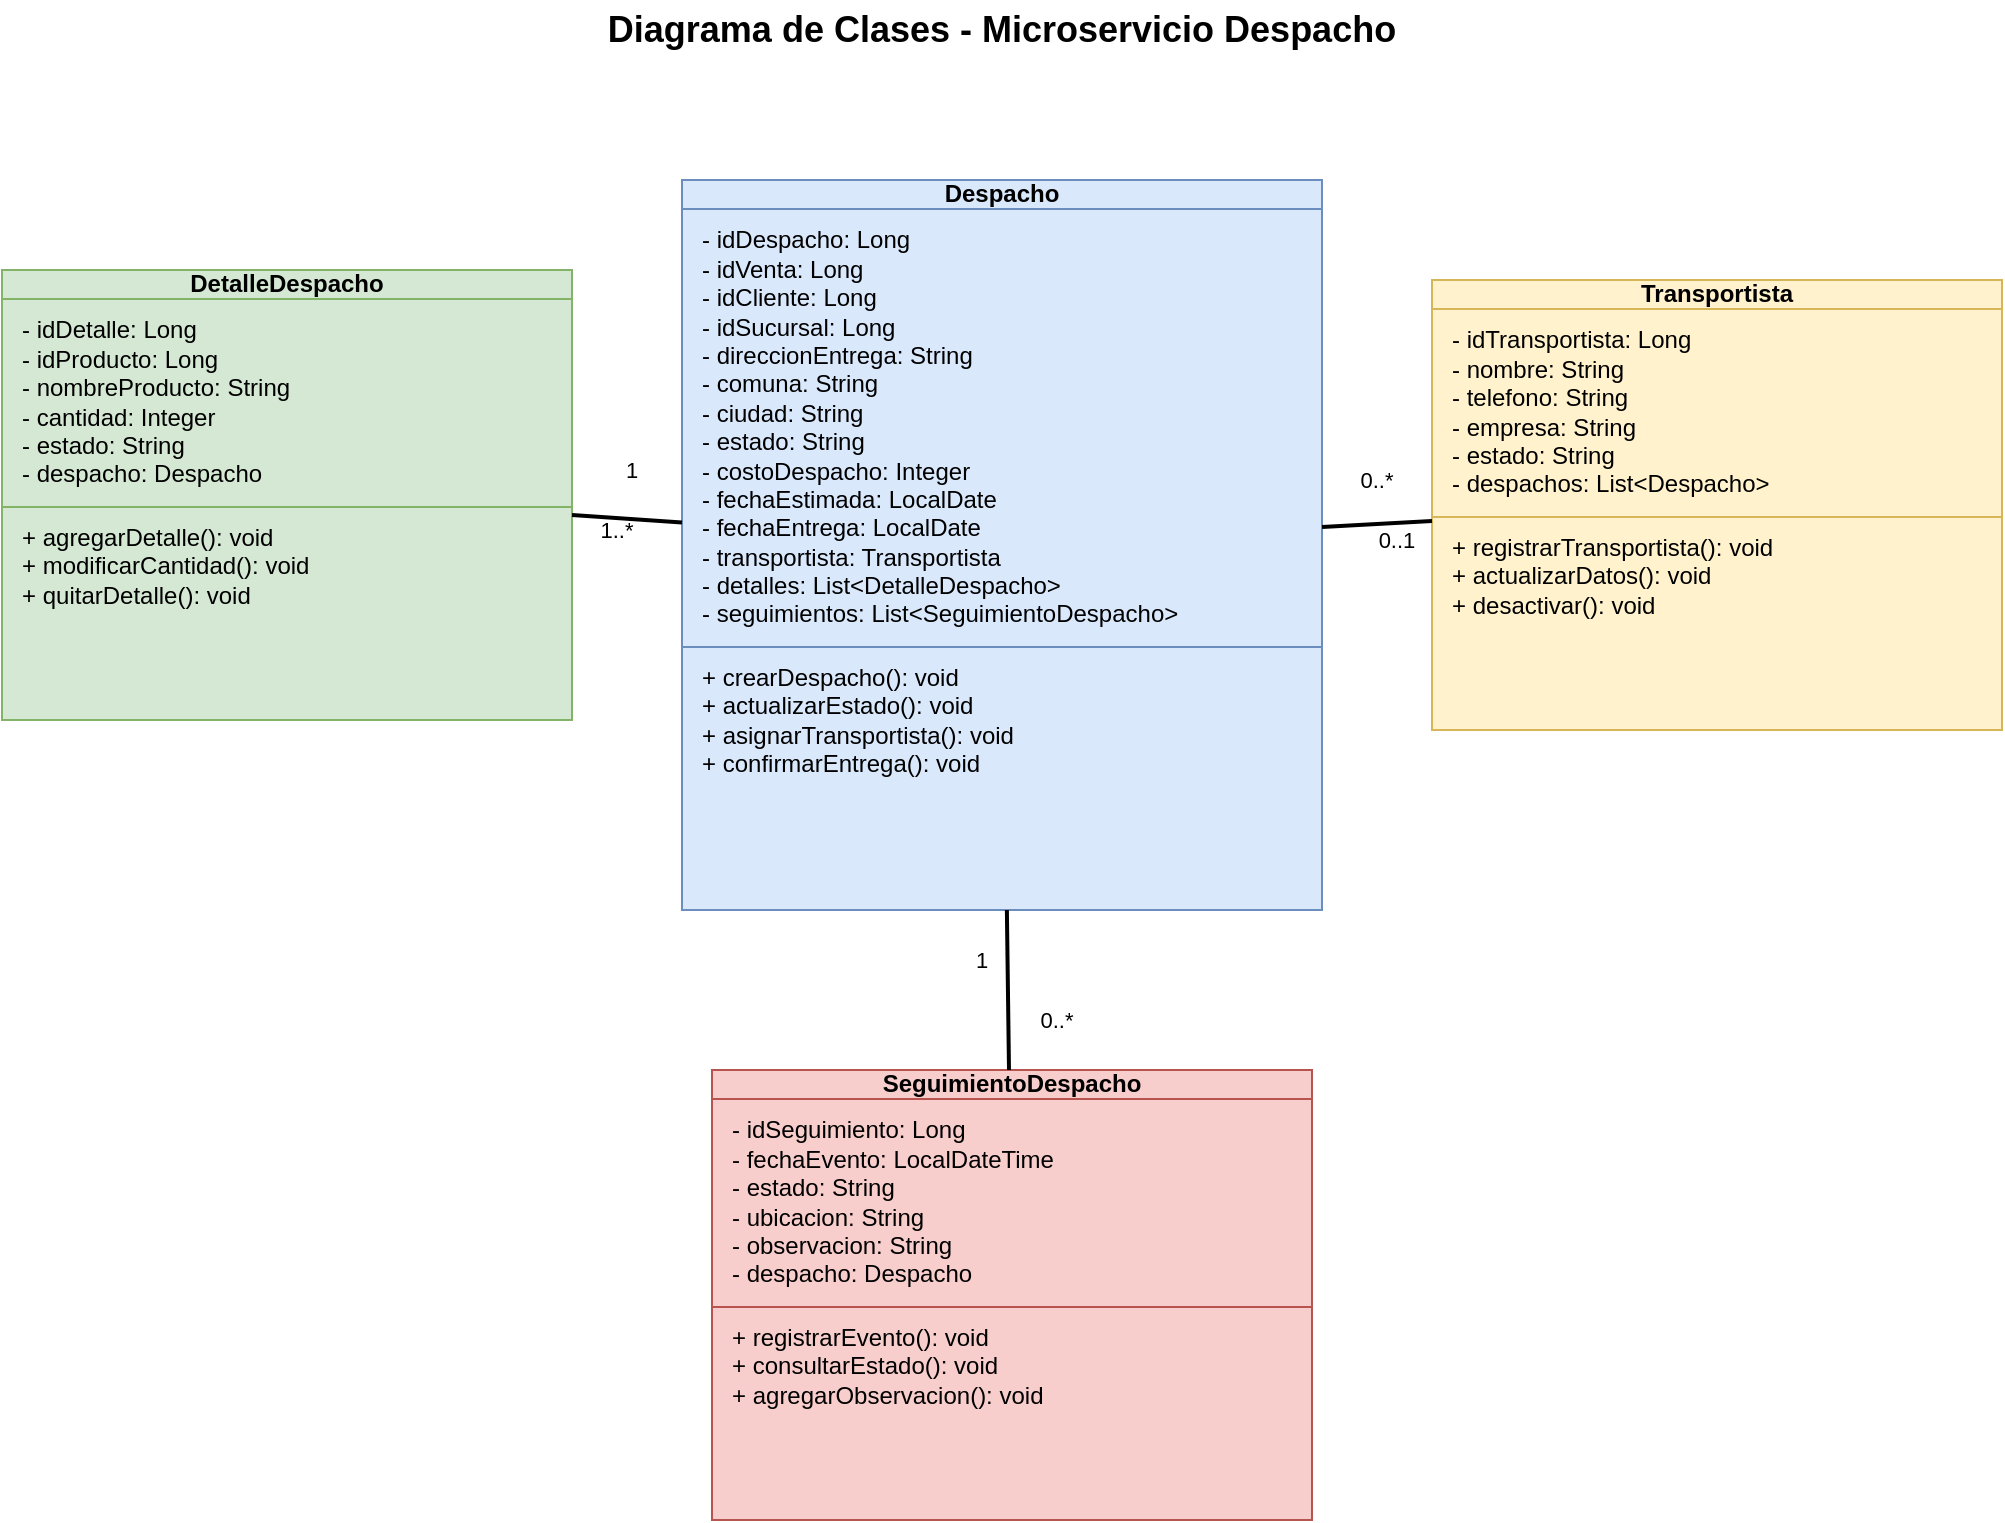
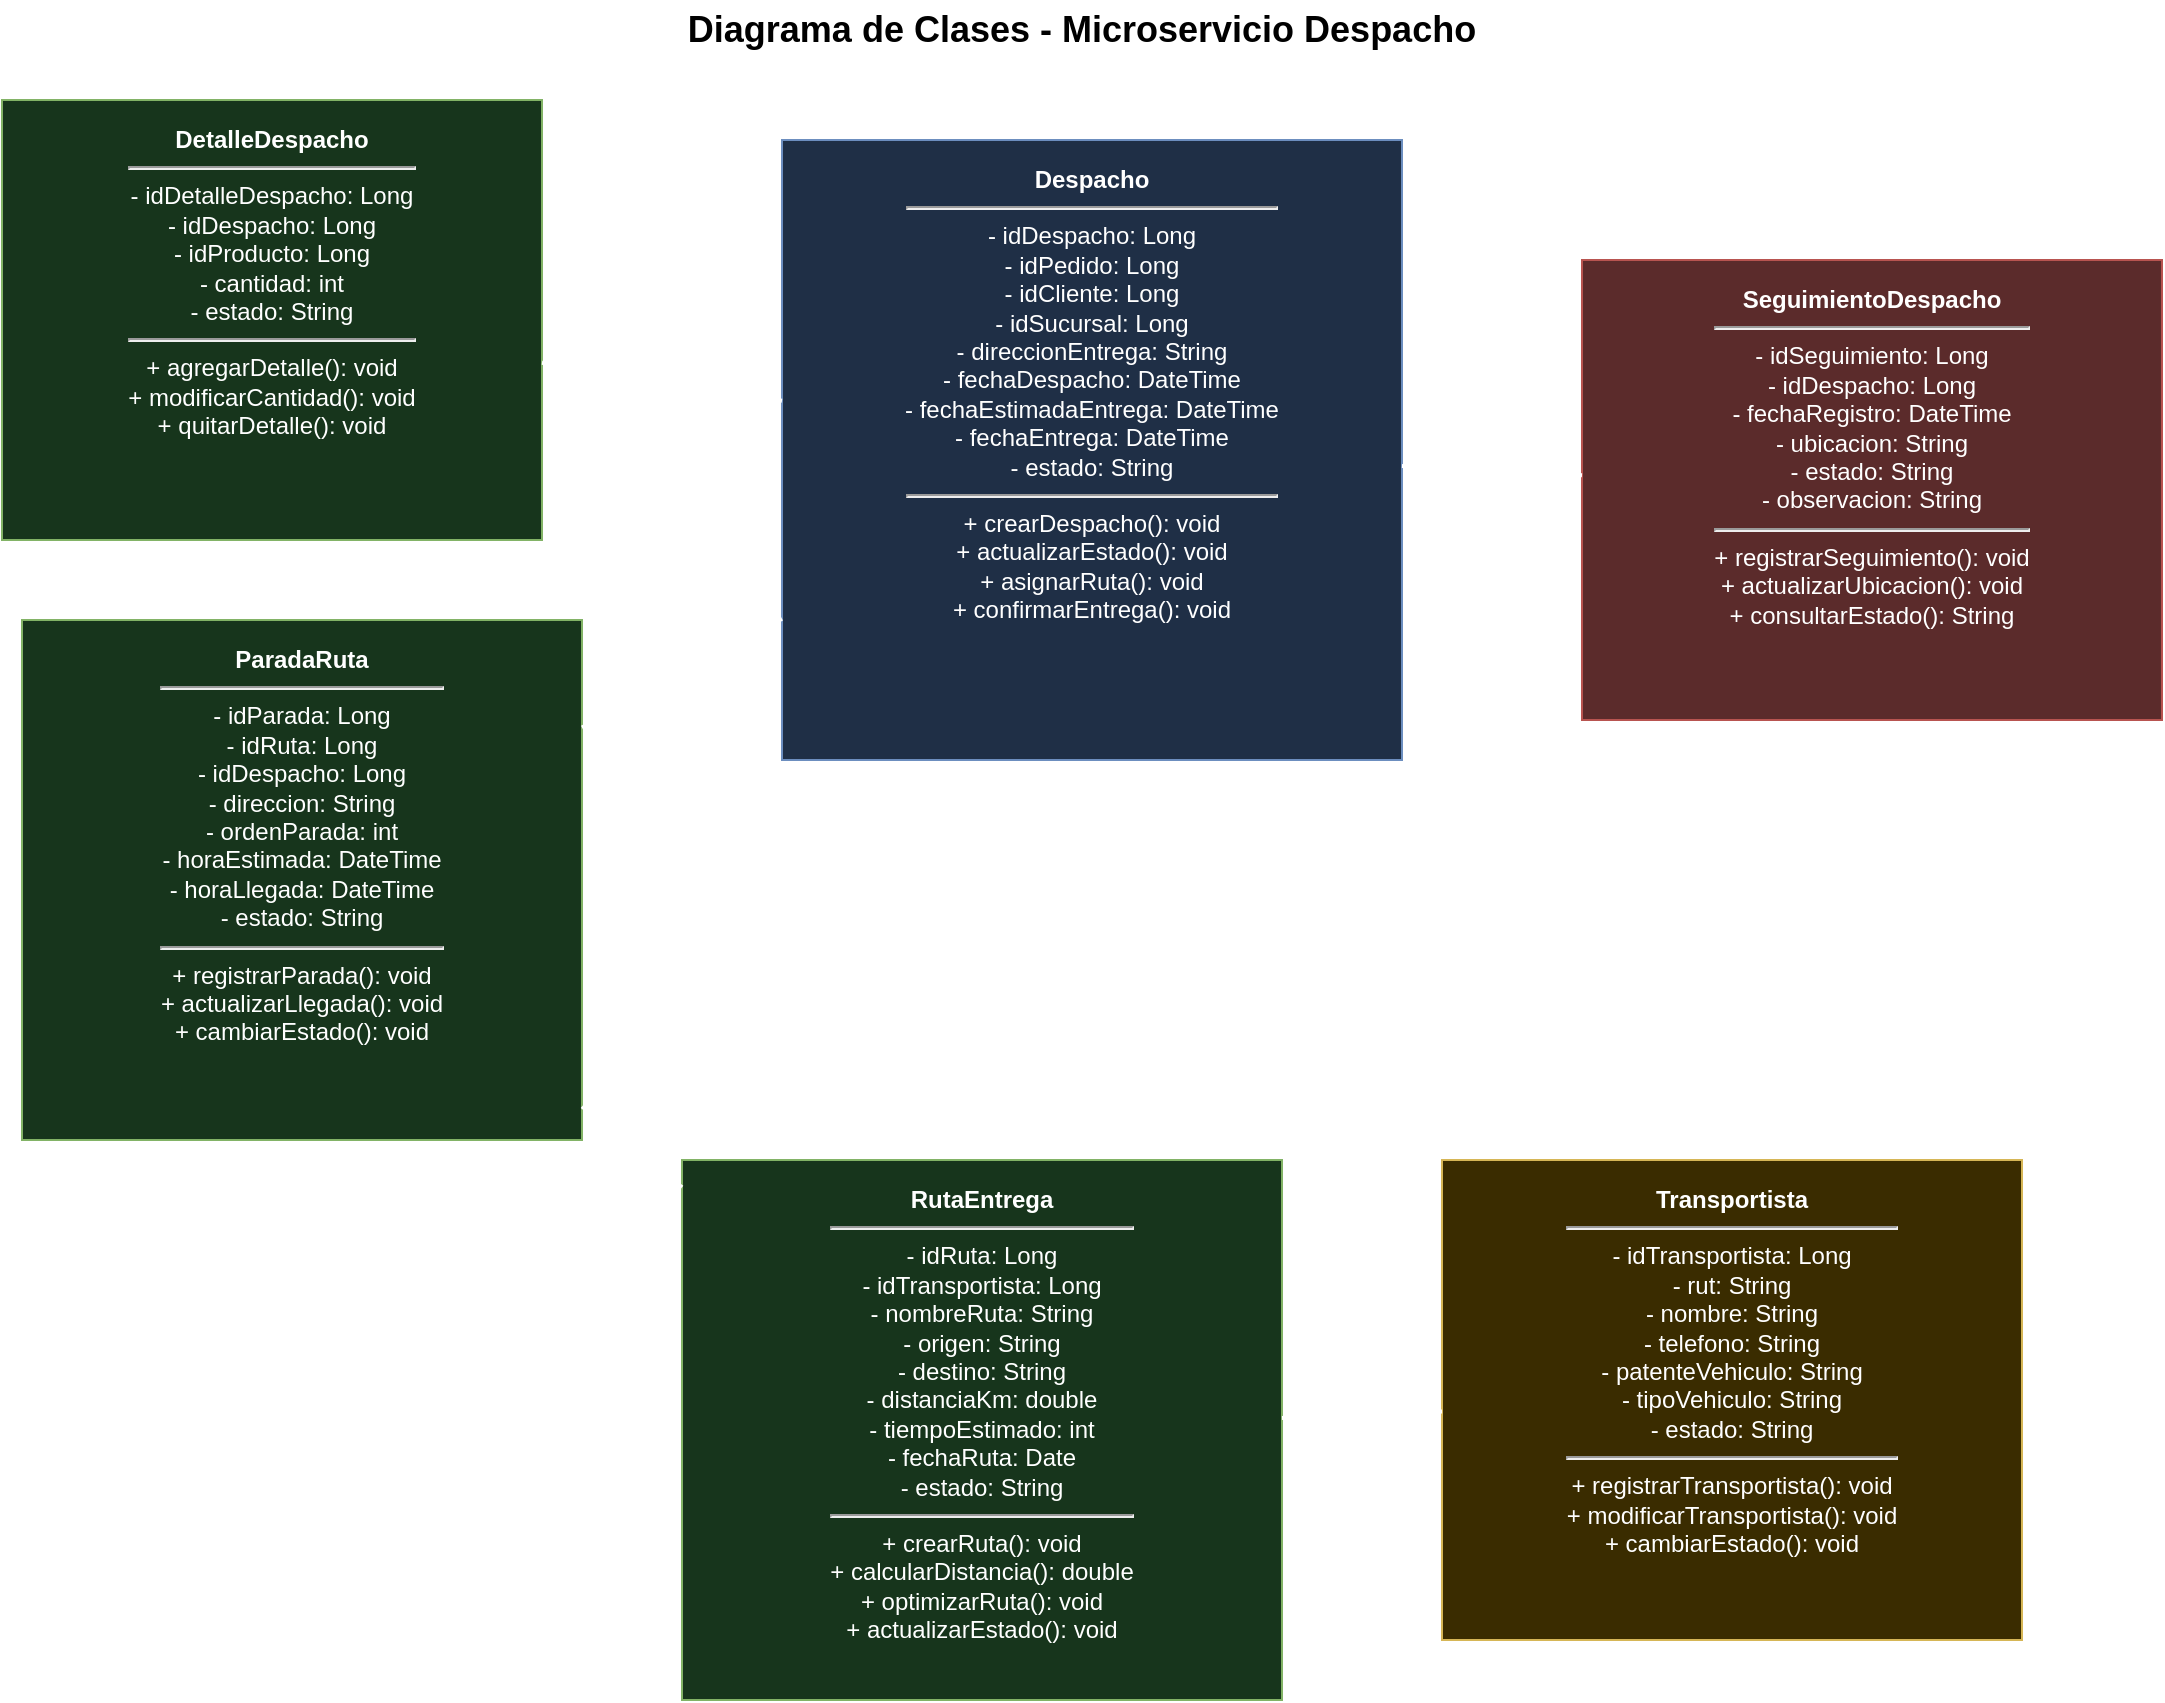
<mxfile host="app.diagrams.net" modified="2026-06-21T00:00:00.000Z" agent="Codex" version="24.7.17" type="device">
  <diagram id="despacho-diagrama-clases" name="Diagrama Despacho">
    <mxGraphModel dx="1186" dy="768" grid="1" gridSize="10" guides="1" tooltips="1" connect="1" arrows="1" fold="1" page="1" pageScale="1" pageWidth="1169" pageHeight="827" math="0" shadow="0">
      <root>
        <mxCell id="0"/>
        <mxCell id="1" parent="0"/>
-         <mxCell id="title" value="Diagrama de Clases - Microservicio Despacho" style="text;html=1;strokeColor=none;fillColor=none;align=center;verticalAlign=middle;whiteSpace=wrap;rounded=0;fontStyle=1;fontSize=18;" vertex="1" parent="1">
-           <mxGeometry x="315" y="45" width="540" height="30" as="geometry"/>
+         <mxCell id="title" value="Diagrama de Clases - Microservicio Despacho" style="text;html=1;strokeColor=none;fillColor=none;align=center;verticalAlign=middle;whiteSpace=wrap;rounded=0;fontSize=18;fontStyle=1;" vertex="1" parent="1">
+           <mxGeometry x="320" y="20" width="520" height="30" as="geometry"/>
        </mxCell>
-         <mxCell id="Despacho" value="&lt;table border=&quot;0&quot; cellpadding=&quot;0&quot; cellspacing=&quot;0&quot; width=&quot;100%&quot;&gt;&lt;tr&gt;&lt;td align=&quot;center&quot;&gt;&lt;b&gt;Despacho&lt;/b&gt;&lt;/td&gt;&lt;/tr&gt;&lt;tr&gt;&lt;td style=&quot;border-top:1px solid #6c8ebf;padding:8px 10px;&quot; align=&quot;left&quot;&gt;- idDespacho: Long&lt;br&gt;- idVenta: Long&lt;br&gt;- idCliente: Long&lt;br&gt;- idSucursal: Long&lt;br&gt;- direccionEntrega: String&lt;br&gt;- comuna: String&lt;br&gt;- ciudad: String&lt;br&gt;- estado: String&lt;br&gt;- costoDespacho: Integer&lt;br&gt;- fechaEstimada: LocalDate&lt;br&gt;- fechaEntrega: LocalDate&lt;br&gt;- transportista: Transportista&lt;br&gt;- detalles: List&amp;lt;DetalleDespacho&amp;gt;&lt;br&gt;- seguimientos: List&amp;lt;SeguimientoDespacho&amp;gt;&lt;/td&gt;&lt;/tr&gt;&lt;tr&gt;&lt;td style=&quot;border-top:1px solid #6c8ebf;padding:8px 10px;&quot; align=&quot;left&quot;&gt;+ crearDespacho(): void&lt;br&gt;+ actualizarEstado(): void&lt;br&gt;+ asignarTransportista(): void&lt;br&gt;+ confirmarEntrega(): void&lt;/td&gt;&lt;/tr&gt;&lt;/table&gt;" style="rounded=0;whiteSpace=wrap;html=1;fillColor=#dae8fc;strokeColor=#6c8ebf;fontSize=12;align=center;verticalAlign=top;spacing=0;overflow=fill;" vertex="1" parent="1">
-           <mxGeometry x="425" y="135" width="320" height="365" as="geometry"/>
+         <mxCell id="Despacho" value="&lt;b&gt;Despacho&lt;/b&gt;&lt;br&gt;&lt;hr&gt;- idDespacho: Long&lt;br&gt;- idPedido: Long&lt;br&gt;- idCliente: Long&lt;br&gt;- idSucursal: Long&lt;br&gt;- direccionEntrega: String&lt;br&gt;- fechaDespacho: DateTime&lt;br&gt;- fechaEstimadaEntrega: DateTime&lt;br&gt;- fechaEntrega: DateTime&lt;br&gt;- estado: String&lt;br&gt;&lt;hr&gt;+ crearDespacho(): void&lt;br&gt;+ actualizarEstado(): void&lt;br&gt;+ asignarRuta(): void&lt;br&gt;+ confirmarEntrega(): void" style="rounded=0;whiteSpace=wrap;html=1;fillColor=#1f2f46;strokeColor=#6c8ebf;fontColor=#ffffff;fontSize=12;align=center;verticalAlign=top;spacing=8;" vertex="1" parent="1">
+           <mxGeometry x="430" y="90" width="310" height="310" as="geometry"/>
        </mxCell>
-         <mxCell id="DetalleDespacho" value="&lt;table border=&quot;0&quot; cellpadding=&quot;0&quot; cellspacing=&quot;0&quot; width=&quot;100%&quot;&gt;&lt;tr&gt;&lt;td align=&quot;center&quot;&gt;&lt;b&gt;DetalleDespacho&lt;/b&gt;&lt;/td&gt;&lt;/tr&gt;&lt;tr&gt;&lt;td style=&quot;border-top:1px solid #82b366;padding:8px 10px;&quot; align=&quot;left&quot;&gt;- idDetalle: Long&lt;br&gt;- idProducto: Long&lt;br&gt;- nombreProducto: String&lt;br&gt;- cantidad: Integer&lt;br&gt;- estado: String&lt;br&gt;- despacho: Despacho&lt;/td&gt;&lt;/tr&gt;&lt;tr&gt;&lt;td style=&quot;border-top:1px solid #82b366;padding:8px 10px;&quot; align=&quot;left&quot;&gt;+ agregarDetalle(): void&lt;br&gt;+ modificarCantidad(): void&lt;br&gt;+ quitarDetalle(): void&lt;/td&gt;&lt;/tr&gt;&lt;/table&gt;" style="rounded=0;whiteSpace=wrap;html=1;fillColor=#d5e8d4;strokeColor=#82b366;fontSize=12;align=center;verticalAlign=top;spacing=0;overflow=fill;" vertex="1" parent="1">
-           <mxGeometry x="85" y="180" width="285" height="225" as="geometry"/>
+         <mxCell id="DetalleDespacho" value="&lt;b&gt;DetalleDespacho&lt;/b&gt;&lt;br&gt;&lt;hr&gt;- idDetalleDespacho: Long&lt;br&gt;- idDespacho: Long&lt;br&gt;- idProducto: Long&lt;br&gt;- cantidad: int&lt;br&gt;- estado: String&lt;br&gt;&lt;hr&gt;+ agregarDetalle(): void&lt;br&gt;+ modificarCantidad(): void&lt;br&gt;+ quitarDetalle(): void" style="rounded=0;whiteSpace=wrap;html=1;fillColor=#17351c;strokeColor=#82b366;fontColor=#ffffff;fontSize=12;align=center;verticalAlign=top;spacing=8;" vertex="1" parent="1">
+           <mxGeometry x="40" y="70" width="270" height="220" as="geometry"/>
        </mxCell>
-         <mxCell id="Transportista" value="&lt;table border=&quot;0&quot; cellpadding=&quot;0&quot; cellspacing=&quot;0&quot; width=&quot;100%&quot;&gt;&lt;tr&gt;&lt;td align=&quot;center&quot;&gt;&lt;b&gt;Transportista&lt;/b&gt;&lt;/td&gt;&lt;/tr&gt;&lt;tr&gt;&lt;td style=&quot;border-top:1px solid #d6b656;padding:8px 10px;&quot; align=&quot;left&quot;&gt;- idTransportista: Long&lt;br&gt;- nombre: String&lt;br&gt;- telefono: String&lt;br&gt;- empresa: String&lt;br&gt;- estado: String&lt;br&gt;- despachos: List&amp;lt;Despacho&amp;gt;&lt;/td&gt;&lt;/tr&gt;&lt;tr&gt;&lt;td style=&quot;border-top:1px solid #d6b656;padding:8px 10px;&quot; align=&quot;left&quot;&gt;+ registrarTransportista(): void&lt;br&gt;+ actualizarDatos(): void&lt;br&gt;+ desactivar(): void&lt;/td&gt;&lt;/tr&gt;&lt;/table&gt;" style="rounded=0;whiteSpace=wrap;html=1;fillColor=#fff2cc;strokeColor=#d6b656;fontSize=12;align=center;verticalAlign=top;spacing=0;overflow=fill;" vertex="1" parent="1">
-           <mxGeometry x="800" y="185" width="285" height="225" as="geometry"/>
+         <mxCell id="ParadaRuta" value="&lt;b&gt;ParadaRuta&lt;/b&gt;&lt;br&gt;&lt;hr&gt;- idParada: Long&lt;br&gt;- idRuta: Long&lt;br&gt;- idDespacho: Long&lt;br&gt;- direccion: String&lt;br&gt;- ordenParada: int&lt;br&gt;- horaEstimada: DateTime&lt;br&gt;- horaLlegada: DateTime&lt;br&gt;- estado: String&lt;br&gt;&lt;hr&gt;+ registrarParada(): void&lt;br&gt;+ actualizarLlegada(): void&lt;br&gt;+ cambiarEstado(): void" style="rounded=0;whiteSpace=wrap;html=1;fillColor=#17351c;strokeColor=#82b366;fontColor=#ffffff;fontSize=12;align=center;verticalAlign=top;spacing=8;" vertex="1" parent="1">
+           <mxGeometry x="50" y="330" width="280" height="260" as="geometry"/>
        </mxCell>
-         <mxCell id="SeguimientoDespacho" value="&lt;table border=&quot;0&quot; cellpadding=&quot;0&quot; cellspacing=&quot;0&quot; width=&quot;100%&quot;&gt;&lt;tr&gt;&lt;td align=&quot;center&quot;&gt;&lt;b&gt;SeguimientoDespacho&lt;/b&gt;&lt;/td&gt;&lt;/tr&gt;&lt;tr&gt;&lt;td style=&quot;border-top:1px solid #b85450;padding:8px 10px;&quot; align=&quot;left&quot;&gt;- idSeguimiento: Long&lt;br&gt;- fechaEvento: LocalDateTime&lt;br&gt;- estado: String&lt;br&gt;- ubicacion: String&lt;br&gt;- observacion: String&lt;br&gt;- despacho: Despacho&lt;/td&gt;&lt;/tr&gt;&lt;tr&gt;&lt;td style=&quot;border-top:1px solid #b85450;padding:8px 10px;&quot; align=&quot;left&quot;&gt;+ registrarEvento(): void&lt;br&gt;+ consultarEstado(): void&lt;br&gt;+ agregarObservacion(): void&lt;/td&gt;&lt;/tr&gt;&lt;/table&gt;" style="rounded=0;whiteSpace=wrap;html=1;fillColor=#f8cecc;strokeColor=#b85450;fontSize=12;align=center;verticalAlign=top;spacing=0;overflow=fill;" vertex="1" parent="1">
-           <mxGeometry x="440" y="580" width="300" height="225" as="geometry"/>
+         <mxCell id="SeguimientoDespacho" value="&lt;b&gt;SeguimientoDespacho&lt;/b&gt;&lt;br&gt;&lt;hr&gt;- idSeguimiento: Long&lt;br&gt;- idDespacho: Long&lt;br&gt;- fechaRegistro: DateTime&lt;br&gt;- ubicacion: String&lt;br&gt;- estado: String&lt;br&gt;- observacion: String&lt;br&gt;&lt;hr&gt;+ registrarSeguimiento(): void&lt;br&gt;+ actualizarUbicacion(): void&lt;br&gt;+ consultarEstado(): String" style="rounded=0;whiteSpace=wrap;html=1;fillColor=#5b2b2b;strokeColor=#b85450;fontColor=#ffffff;fontSize=12;align=center;verticalAlign=top;spacing=8;" vertex="1" parent="1">
+           <mxGeometry x="830" y="150" width="290" height="230" as="geometry"/>
        </mxCell>
-         <mxCell id="edgeDespachoDetalle" value="" style="endArrow=none;html=1;rounded=0;strokeWidth=2;endFill=0;" edge="1" parent="1" source="Despacho" target="DetalleDespacho">
+         <mxCell id="RutaEntrega" value="&lt;b&gt;RutaEntrega&lt;/b&gt;&lt;br&gt;&lt;hr&gt;- idRuta: Long&lt;br&gt;- idTransportista: Long&lt;br&gt;- nombreRuta: String&lt;br&gt;- origen: String&lt;br&gt;- destino: String&lt;br&gt;- distanciaKm: double&lt;br&gt;- tiempoEstimado: int&lt;br&gt;- fechaRuta: Date&lt;br&gt;- estado: String&lt;br&gt;&lt;hr&gt;+ crearRuta(): void&lt;br&gt;+ calcularDistancia(): double&lt;br&gt;+ optimizarRuta(): void&lt;br&gt;+ actualizarEstado(): void" style="rounded=0;whiteSpace=wrap;html=1;fillColor=#17351c;strokeColor=#82b366;fontColor=#ffffff;fontSize=12;align=center;verticalAlign=top;spacing=8;" vertex="1" parent="1">
+           <mxGeometry x="380" y="600" width="300" height="270" as="geometry"/>
+         </mxCell>
+         <mxCell id="Transportista" value="&lt;b&gt;Transportista&lt;/b&gt;&lt;br&gt;&lt;hr&gt;- idTransportista: Long&lt;br&gt;- rut: String&lt;br&gt;- nombre: String&lt;br&gt;- telefono: String&lt;br&gt;- patenteVehiculo: String&lt;br&gt;- tipoVehiculo: String&lt;br&gt;- estado: String&lt;br&gt;&lt;hr&gt;+ registrarTransportista(): void&lt;br&gt;+ modificarTransportista(): void&lt;br&gt;+ cambiarEstado(): void" style="rounded=0;whiteSpace=wrap;html=1;fillColor=#3a2c00;strokeColor=#d6b656;fontColor=#ffffff;fontSize=12;align=center;verticalAlign=top;spacing=8;" vertex="1" parent="1">
+           <mxGeometry x="760" y="600" width="290" height="240" as="geometry"/>
+         </mxCell>
+         <mxCell id="edge1" value="" style="endArrow=none;html=1;rounded=0;strokeColor=#ffffff;strokeWidth=2;" edge="1" parent="1" source="DetalleDespacho" target="Despacho">
          <mxGeometry relative="1" as="geometry"/>
        </mxCell>
-         <mxCell id="multDespachoDetalleDespacho" value="1" style="text;html=1;strokeColor=none;fillColor=none;align=center;verticalAlign=middle;whiteSpace=wrap;rounded=0;fontSize=11;" vertex="1" parent="1">
-           <mxGeometry x="385" y="270" width="30" height="20" as="geometry"/>
-         </mxCell>
-         <mxCell id="multDespachoDetalleDetalle" value="1..*" style="text;html=1;strokeColor=none;fillColor=none;align=center;verticalAlign=middle;whiteSpace=wrap;rounded=0;fontSize=11;" vertex="1" parent="1">
-           <mxGeometry x="370" y="300" width="45" height="20" as="geometry"/>
-         </mxCell>
-         <mxCell id="edgeDespachoTransportista" value="" style="endArrow=none;html=1;rounded=0;strokeWidth=2;endFill=0;" edge="1" parent="1" source="Despacho" target="Transportista">
+         <mxCell id="edge2" value="" style="endArrow=none;html=1;rounded=0;strokeColor=#ffffff;strokeWidth=2;" edge="1" parent="1" source="ParadaRuta" target="Despacho">
          <mxGeometry relative="1" as="geometry"/>
        </mxCell>
-         <mxCell id="multDespachoTransportistaDespacho" value="0..*" style="text;html=1;strokeColor=none;fillColor=none;align=center;verticalAlign=middle;whiteSpace=wrap;rounded=0;fontSize=11;" vertex="1" parent="1">
-           <mxGeometry x="750" y="275" width="45" height="20" as="geometry"/>
-         </mxCell>
-         <mxCell id="multDespachoTransportistaTransportista" value="0..1" style="text;html=1;strokeColor=none;fillColor=none;align=center;verticalAlign=middle;whiteSpace=wrap;rounded=0;fontSize=11;" vertex="1" parent="1">
-           <mxGeometry x="760" y="305" width="45" height="20" as="geometry"/>
-         </mxCell>
-         <mxCell id="edgeDespachoSeguimiento" value="" style="endArrow=none;html=1;rounded=0;strokeWidth=2;endFill=0;" edge="1" parent="1" source="Despacho" target="SeguimientoDespacho">
+         <mxCell id="edge3" value="" style="endArrow=none;html=1;rounded=0;strokeColor=#ffffff;strokeWidth=2;" edge="1" parent="1" source="Despacho" target="SeguimientoDespacho">
          <mxGeometry relative="1" as="geometry"/>
        </mxCell>
-         <mxCell id="multDespachoSeguimientoDespacho" value="1" style="text;html=1;strokeColor=none;fillColor=none;align=center;verticalAlign=middle;whiteSpace=wrap;rounded=0;fontSize=11;" vertex="1" parent="1">
-           <mxGeometry x="560" y="515" width="30" height="20" as="geometry"/>
+         <mxCell id="edge4" value="" style="endArrow=none;html=1;rounded=0;strokeColor=#ffffff;strokeWidth=2;" edge="1" parent="1" source="ParadaRuta" target="RutaEntrega">
+           <mxGeometry relative="1" as="geometry"/>
        </mxCell>
-         <mxCell id="multDespachoSeguimientoSeguimiento" value="0..*" style="text;html=1;strokeColor=none;fillColor=none;align=center;verticalAlign=middle;whiteSpace=wrap;rounded=0;fontSize=11;" vertex="1" parent="1">
-           <mxGeometry x="590" y="545" width="45" height="20" as="geometry"/>
+         <mxCell id="edge5" value="" style="endArrow=none;html=1;rounded=0;strokeColor=#ffffff;strokeWidth=2;" edge="1" parent="1" source="RutaEntrega" target="Transportista">
+           <mxGeometry relative="1" as="geometry"/>
        </mxCell>
      </root>
    </mxGraphModel>
  </diagram>
</mxfile>
